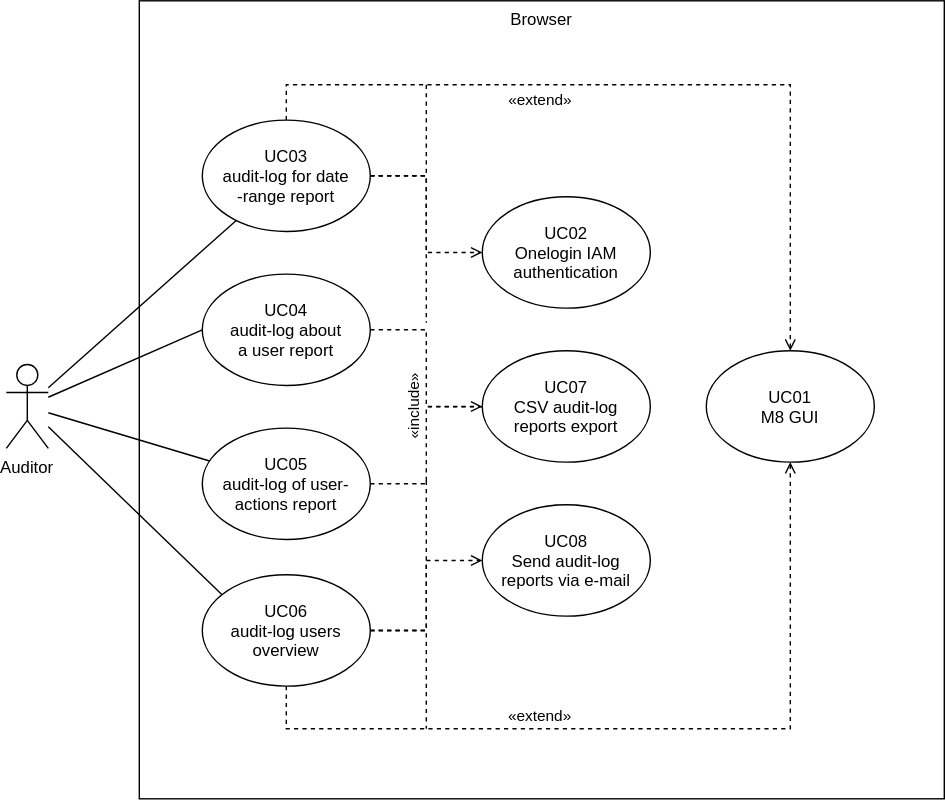
HaniAlshikh/bachelor-thesis keeps this draw.io diagram as src/template_thesis/diagrams/audit_browser/audit_browser_business_context.drawio.svg. Above is the earlier version. Source tidied: cells renumbered, new cells last; positions are measured from the earlier drawing's top-left corner, leaving out a move shared by most shapes.
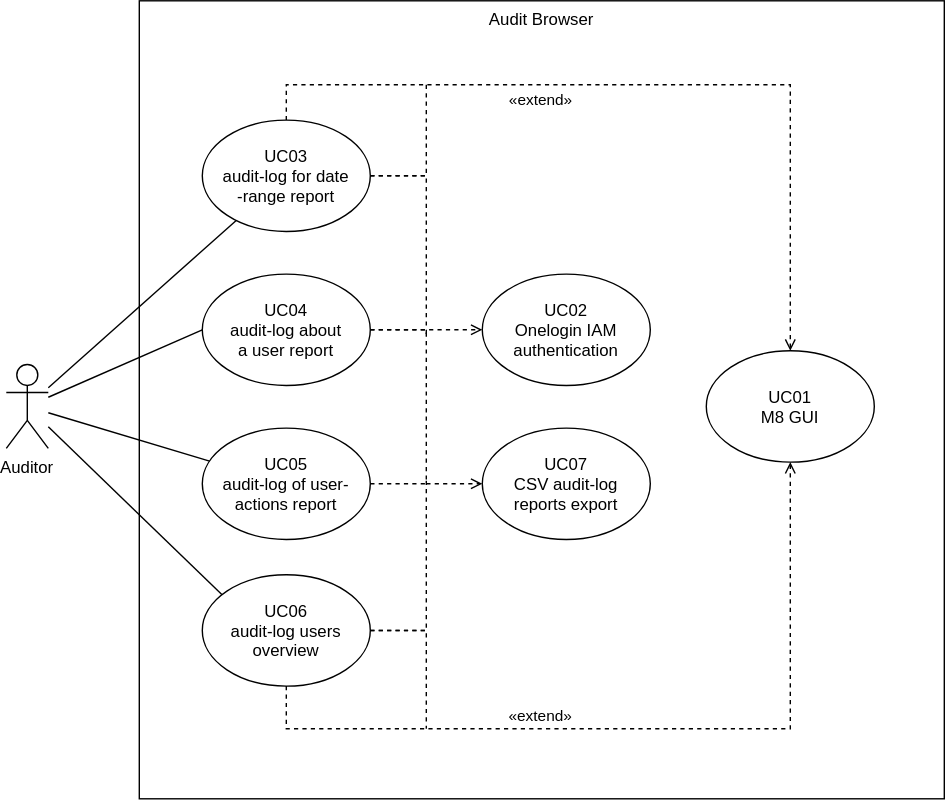
The same diagram one commit later.

Commit message:
Add missing audit browser use-cases (#37)

The edit, as a diff of the source:
```diff
@@ -2,7 +2,7 @@
   <root>
     <mxCell id="0" />
     <mxCell id="1" parent="0" />
-    <mxCell id="2" value="Browser" style="rounded=0;strokeWidth=1;verticalAlign=top;" parent="1" vertex="1">
+    <mxCell id="2" value="Audit Browser" style="rounded=0;strokeWidth=1;verticalAlign=top;" parent="1" vertex="1">
       <mxGeometry x="95" width="575" height="570" as="geometry" />
     </mxCell>
     <mxCell id="3" style="edgeStyle=none;rounded=0;jettySize=auto;fontFamily=Helvetica;fontSize=12;endArrow=none;endFill=0;strokeWidth=1;" parent="1" edge="1" source="9" target="12">
@@ -12,8 +12,16 @@
       <mxGeometry relative="1" as="geometry" />
     </mxCell>
     <mxCell id="5" style="edgeStyle=orthogonalEdgeStyle;shape=connector;rounded=0;dashed=1;labelBackgroundColor=default;fontFamily=Helvetica;fontSize=11;fontColor=default;endArrow=open;endFill=0;strokeColor=default;strokeWidth=1;elbow=vertical;" parent="1" edge="1" source="6" target="28">
-      <mxGeometry relative="1" as="geometry" />
+      <mxGeometry relative="1" as="geometry">
+        <Array as="points">
+          <mxPoint x="300" y="235" />
+          <mxPoint x="300" y="345" />
+        </Array>
+      </mxGeometry>
     </mxCell>
+    <mxCell id="29" style="edgeStyle=orthogonalEdgeStyle;shape=connector;rounded=0;html=1;dashed=1;labelBackgroundColor=default;strokeColor=default;strokeWidth=1;fontFamily=Helvetica;fontSize=11;fontColor=default;endArrow=open;endFill=0;elbow=vertical;" parent="1" edge="1" source="6" target="26">
+      <mxGeometry relative="1" as="geometry" />
+    </mxCell>
     <mxCell id="6" value="UC04&#10;audit-log about &#10;a user report" style="ellipse;strokeWidth=1;" parent="1" vertex="1">
       <mxGeometry x="140" y="195.2" width="120" height="79.5" as="geometry" />
     </mxCell>
@@ -26,20 +34,14 @@
     <mxCell id="9" value="Auditor" style="shape=umlActor;verticalLabelPosition=bottom;verticalAlign=top;outlineConnect=0;strokeWidth=1;" parent="1" vertex="1">
       <mxGeometry y="259.8" width="30" height="60" as="geometry" />
     </mxCell>
-    <mxCell id="10" style="edgeStyle=orthogonalEdgeStyle;shape=connector;rounded=0;entryX=0.083;entryY=0.503;entryDx=0;entryDy=0;entryPerimeter=0;dashed=1;labelBackgroundColor=default;fontFamily=Helvetica;fontSize=11;fontColor=default;endArrow=open;endFill=0;strokeColor=default;strokeWidth=1;elbow=vertical;" parent="1" edge="1" source="12" target="28">
-      <mxGeometry relative="1" as="geometry" />
-    </mxCell>
-    <mxCell id="11" value="«include»" style="edgeLabel;align=center;verticalAlign=middle;fontSize=11;fontFamily=Helvetica;fontColor=default;horizontal=0;" parent="10" vertex="1">
-      <mxGeometry x="0.06" relative="1" as="geometry">
-        <mxPoint x="-10" y="-19" as="offset" />
-      </mxGeometry>
-    </mxCell>
+    <mxCell id="30" style="edgeStyle=orthogonalEdgeStyle;shape=connector;rounded=0;html=1;dashed=1;labelBackgroundColor=default;strokeColor=default;strokeWidth=1;fontFamily=Helvetica;fontSize=11;fontColor=default;endArrow=none;endFill=0;elbow=vertical;" parent="1" edge="1" source="12">
+      <mxGeometry relative="1" as="geometry">
+        <mxPoint x="300" y="345" as="targetPoint" />
+      </mxGeometry>
+    </mxCell>
     <mxCell id="12" value="UC05&#10;audit-log of user-&#10;actions report" style="ellipse;strokeWidth=1;" parent="1" vertex="1">
       <mxGeometry x="140" y="305.2" width="120" height="79.5" as="geometry" />
     </mxCell>
-    <mxCell id="13" style="edgeStyle=orthogonalEdgeStyle;shape=connector;rounded=0;entryX=0;entryY=0.5;entryDx=0;entryDy=0;dashed=1;labelBackgroundColor=default;fontFamily=Helvetica;fontSize=11;fontColor=default;endArrow=open;endFill=0;strokeColor=default;strokeWidth=1;elbow=vertical;" parent="1" edge="1" source="18" target="26">
-      <mxGeometry relative="1" as="geometry" />
-    </mxCell>
     <mxCell id="14" style="edgeStyle=orthogonalEdgeStyle;shape=connector;rounded=0;dashed=1;labelBackgroundColor=default;fontFamily=Helvetica;fontSize=11;fontColor=default;endArrow=open;endFill=0;strokeColor=default;strokeWidth=1;elbow=vertical;" parent="1" edge="1" source="18" target="25">
       <mxGeometry relative="1" as="geometry">
         <Array as="points">
@@ -53,22 +55,19 @@
         <mxPoint x="-1" y="9" as="offset" />
       </mxGeometry>
     </mxCell>
-    <mxCell id="16" style="edgeStyle=orthogonalEdgeStyle;shape=connector;rounded=0;dashed=1;labelBackgroundColor=default;fontFamily=Helvetica;fontSize=11;fontColor=default;endArrow=none;endFill=0;strokeColor=default;strokeWidth=1;elbow=vertical;" parent="1" edge="1" source="18">
-      <mxGeometry relative="1" as="geometry">
-        <mxPoint x="300" y="230" as="targetPoint" />
-      </mxGeometry>
-    </mxCell>
     <mxCell id="17" style="edgeStyle=orthogonalEdgeStyle;shape=connector;rounded=0;dashed=1;labelBackgroundColor=default;fontFamily=Helvetica;fontSize=11;fontColor=default;endArrow=none;endFill=0;strokeColor=default;strokeWidth=1;elbow=vertical;" parent="1" edge="1" source="18">
       <mxGeometry relative="1" as="geometry">
         <mxPoint x="300" y="60" as="targetPoint" />
       </mxGeometry>
     </mxCell>
+    <mxCell id="31" style="edgeStyle=orthogonalEdgeStyle;shape=connector;rounded=0;html=1;dashed=1;labelBackgroundColor=default;strokeColor=default;strokeWidth=1;fontFamily=Helvetica;fontSize=11;fontColor=default;endArrow=none;endFill=0;elbow=vertical;" parent="1" edge="1" source="18">
+      <mxGeometry relative="1" as="geometry">
+        <mxPoint x="300" y="240" as="targetPoint" />
+      </mxGeometry>
+    </mxCell>
     <mxCell id="18" value="UC03&#10;audit-log for date&#10;-range report" style="ellipse;strokeWidth=1;" parent="1" vertex="1">
       <mxGeometry x="140" y="85.2" width="120" height="79.5" as="geometry" />
     </mxCell>
-    <mxCell id="19" style="edgeStyle=orthogonalEdgeStyle;shape=connector;rounded=0;dashed=1;labelBackgroundColor=default;fontFamily=Helvetica;fontSize=11;fontColor=default;endArrow=open;endFill=0;strokeColor=default;strokeWidth=1;elbow=vertical;" parent="1" edge="1" source="24" target="27">
-      <mxGeometry relative="1" as="geometry" />
-    </mxCell>
     <mxCell id="20" style="edgeStyle=orthogonalEdgeStyle;shape=connector;rounded=0;dashed=1;labelBackgroundColor=default;fontFamily=Helvetica;fontSize=11;fontColor=default;endArrow=none;endFill=0;strokeColor=default;strokeWidth=1;elbow=vertical;" parent="1" edge="1" source="24">
       <mxGeometry relative="1" as="geometry">
         <mxPoint x="300" y="340" as="targetPoint" />
@@ -99,13 +98,10 @@
       <mxGeometry x="500" y="250" width="120" height="79.5" as="geometry" />
     </mxCell>
     <mxCell id="26" value="UC02&#10;Onelogin IAM &#10;authentication" style="ellipse;strokeWidth=1;" parent="1" vertex="1">
-      <mxGeometry x="340" y="140" width="120" height="79.5" as="geometry" />
+      <mxGeometry x="340" y="195.2" width="120" height="79.5" as="geometry" />
     </mxCell>
-    <mxCell id="27" value="UC08&#10;Send audit-log &#10;reports via e-mail" style="ellipse;strokeWidth=1;" parent="1" vertex="1">
-      <mxGeometry x="340" y="360" width="120" height="79.5" as="geometry" />
-    </mxCell>
     <mxCell id="28" value="UC07&#10;CSV audit-log &#10;reports export" style="ellipse;strokeWidth=1;" parent="1" vertex="1">
-      <mxGeometry x="340" y="250" width="120" height="79.5" as="geometry" />
+      <mxGeometry x="340" y="305.2" width="120" height="79.5" as="geometry" />
     </mxCell>
   </root>
 </mxGraphModel>
```
